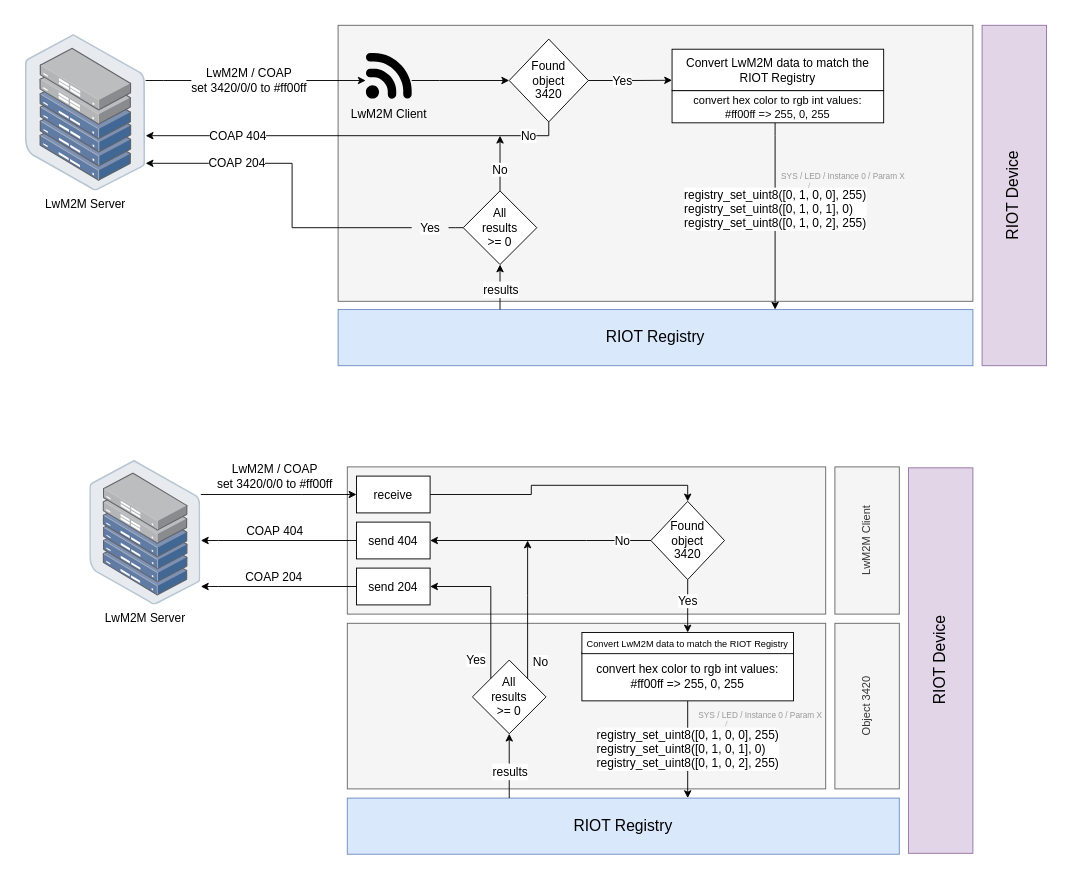
The draw.io diagram doc/drawio/lwm2m_integration_flow.drawio in LasseRosenow/riot-runtime-config, before the edit. Source tidied: cells renumbered, new cells numbered last; positions are measured from the earlier drawing's top-left corner, leaving out a move shared by most shapes. Both pictures are drawn from the tidied source at 92%, with x=0, y=0 at pixel (16, 16).
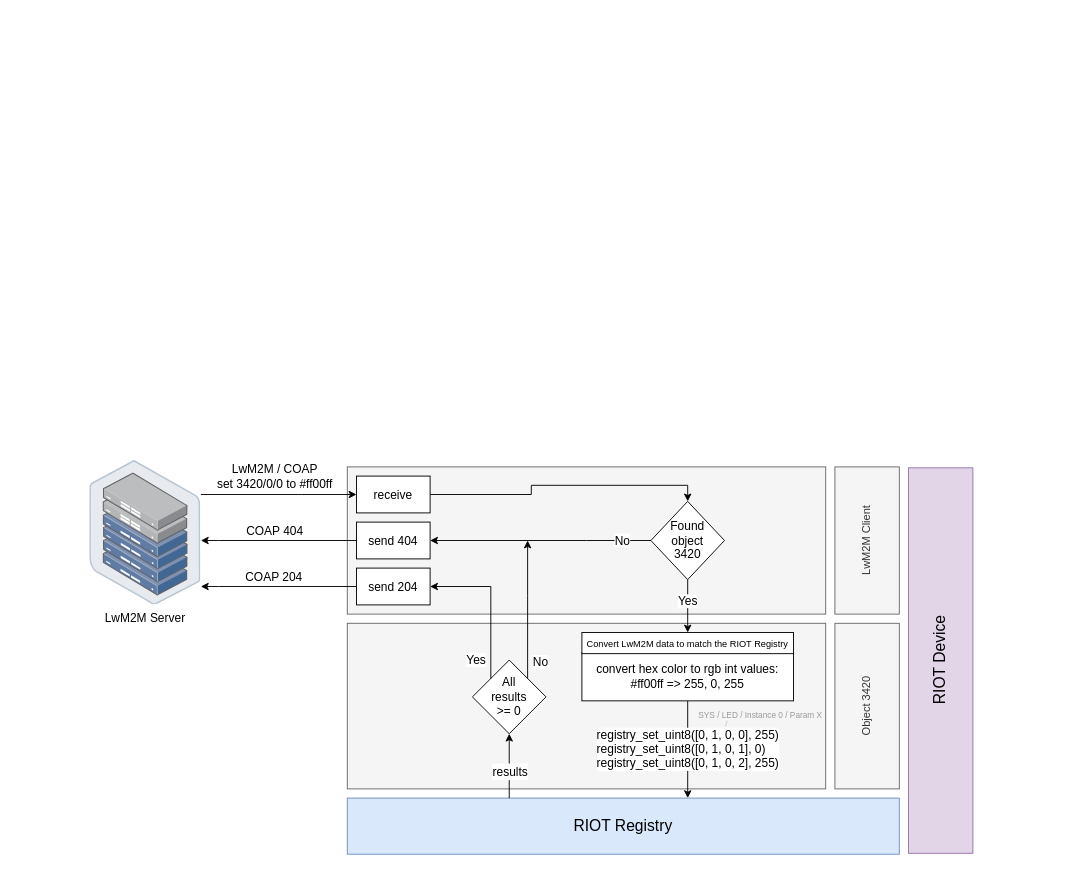
The same diagram, later.

Commit message (it also covers changes not shown here):
Improve diagram

What changed in the source:
```diff
@@
+    <mxCell id="3" style="rounded=0;whiteSpace=wrap;html=1;strokeColor=none;" parent="1" vertex="1">
+      <mxGeometry x="70" y="480" width="980" height="440" as="geometry" />
+    </mxCell>
@@
-    <mxCell id="3" style="rounded=0;whiteSpace=wrap;html=1;strokeColor=none;" parent="1" vertex="1">
-      <mxGeometry width="1130" height="400" as="geometry" />
-    </mxCell>
-    <mxCell id="4" style="rounded=0;whiteSpace=wrap;html=1;fillColor=#f5f5f5;strokeColor=#666666;fontColor=#333333;" parent="1" vertex="1">
-      <mxGeometry x="350" y="10" width="690" height="300" as="geometry" />
-    </mxCell>
-    <mxCell id="5" value="&lt;font style=&quot;font-size: 13px&quot;&gt;LwM2M Server&lt;/font&gt;" style="points=[];html=1;align=center;shadow=0;dashed=0;image;image=img/lib/allied_telesis/storage/Datacenter_Server_Half_Rack_ToR.svg;" parent="1" vertex="1">
-      <mxGeometry x="10" y="20" width="130.8" height="170" as="geometry" />
-    </mxCell>
-    <mxCell id="6" value="&lt;font style=&quot;font-size: 13px&quot;&gt;LwM2M / COAP&lt;br&gt;set 3420/0/0 to #ff00ff&lt;/font&gt;" style="edgeStyle=elbowEdgeStyle;rounded=0;html=1;" parent="1" edge="1" source="5" target="11">
-      <mxGeometry x="-0.06" relative="1" as="geometry">
-        <Array as="points">
-          <mxPoint x="160" y="70" />
-        </Array>
-      </mxGeometry>
-    </mxCell>
-    <mxCell id="7" value="&lt;font style=&quot;font-size: 13px&quot;&gt;COAP 404&lt;/font&gt;" style="edgeStyle=elbowEdgeStyle;rounded=0;html=1;startArrow=none;exitX=0.5;exitY=1;exitDx=0;exitDy=0;" parent="1" edge="1" source="8" target="5">
-      <mxGeometry x="0.56" relative="1" as="geometry">
-        <Array as="points">
-          <mxPoint x="579" y="130" />
-          <mxPoint x="460" y="130" />
-        </Array>
-      </mxGeometry>
-    </mxCell>
-    <mxCell id="8" value="&lt;font style=&quot;font-size: 13px&quot;&gt;Found &lt;br&gt;object&lt;br&gt;3420&lt;/font&gt;" style="rhombus;whiteSpace=wrap;html=1;" parent="1" vertex="1">
-      <mxGeometry x="536" y="25" width="86" height="90" as="geometry" />
-    </mxCell>
-    <mxCell id="9" value="&lt;font style=&quot;font-size: 13px&quot;&gt;Yes&lt;/font&gt;" style="edgeStyle=elbowEdgeStyle;rounded=0;html=1;entryX=0;entryY=0.75;entryDx=0;entryDy=0;" parent="1" edge="1" source="8" target="22">
-      <mxGeometry x="-0.2" relative="1" as="geometry" />
-    </mxCell>
-    <mxCell id="10" value="&lt;font style=&quot;background-color: rgb(255 , 255 , 255) ; font-size: 13px&quot;&gt;No&lt;/font&gt;" style="text;html=1;align=center;verticalAlign=middle;strokeColor=none;fillColor=none;strokeWidth=0;" parent="1" vertex="1">
-      <mxGeometry x="542" y="120" width="30" height="20" as="geometry" />
-    </mxCell>
-    <mxCell id="11" value="&lt;font style=&quot;font-size: 13px&quot;&gt;LwM2M Client&lt;/font&gt;" style="points=[[0.005,0.09,0],[0.08,0,0],[0.76,0.25,0],[1,0.92,0],[0.91,0.995,0],[0.57,0.995,0],[0.045,0.955,0],[0.005,0.43,0]];verticalLabelPosition=bottom;sketch=0;html=1;verticalAlign=top;align=center;shape=mxgraph.cisco19.3g_4g_indicator;fillColor=#000000;strokeColor=none;fontSize=15;" parent="1" vertex="1">
-      <mxGeometry x="380" y="40" width="50" height="50" as="geometry" />
-    </mxCell>
-    <mxCell id="12" style="edgeStyle=elbowEdgeStyle;rounded=0;html=1;" parent="1" edge="1" source="11" target="8">
-      <mxGeometry x="-0.2" relative="1" as="geometry">
-        <Array as="points">
-          <mxPoint x="460" y="70" />
-        </Array>
-      </mxGeometry>
-    </mxCell>
-    <mxCell id="13" value="&lt;font style=&quot;font-size: 17px&quot;&gt;RIOT Registry&lt;/font&gt;" style="rounded=0;whiteSpace=wrap;html=1;fillColor=#dae8fc;strokeColor=#6c8ebf;" parent="1" vertex="1">
-      <mxGeometry x="350" y="319" width="690" height="61" as="geometry" />
-    </mxCell>
-    <mxCell id="14" value="&lt;font style=&quot;font-size: 13px&quot;&gt;&lt;font style=&quot;font-size: 13px&quot;&gt;registry_set_uint8([0, 1, 0, 0], 255)&lt;br&gt;&lt;/font&gt;&lt;/font&gt;&lt;div style=&quot;text-align: left ; font-size: 13px&quot;&gt;&lt;font style=&quot;font-size: 13px&quot;&gt;registry_set_uint8([0, 1, 0, 1], 0)&lt;/font&gt;&lt;/div&gt;&lt;font style=&quot;font-size: 13px&quot;&gt;registry_set_uint8([0, 1, 0, 2], 255)&lt;/font&gt;" style="edgeStyle=elbowEdgeStyle;rounded=0;html=1;" parent="1" edge="1" source="21" target="13">
-      <mxGeometry x="-0.07" relative="1" as="geometry">
-        <Array as="points">
-          <mxPoint x="825" y="130" />
-          <mxPoint x="825" y="190" />
-          <mxPoint x="470" y="80" />
-        </Array>
-      </mxGeometry>
-    </mxCell>
-    <mxCell id="15" style="edgeStyle=elbowEdgeStyle;rounded=0;html=1;entryX=0.5;entryY=1;entryDx=0;entryDy=0;" parent="1" edge="1" source="13" target="17">
-      <mxGeometry x="-0.2" relative="1" as="geometry">
-        <Array as="points">
-          <mxPoint x="526" y="310" />
-          <mxPoint x="480" y="250" />
-          <mxPoint x="835" y="200" />
-          <mxPoint x="480" y="90" />
-        </Array>
-      </mxGeometry>
-    </mxCell>
-    <mxCell id="16" value="&lt;font style=&quot;font-size: 13px&quot;&gt;results&lt;/font&gt;" style="edgeLabel;html=1;align=center;verticalAlign=middle;fontSize=15;" parent="15" vertex="1">
-      <mxGeometry x="-0.33" y="2" relative="1" as="geometry">
-        <mxPoint x="2" y="-7" as="offset" />
-      </mxGeometry>
-    </mxCell>
-    <mxCell id="17" value="&lt;font style=&quot;font-size: 13px&quot;&gt;All &lt;br&gt;results &lt;br&gt;&amp;gt;= 0&lt;/font&gt;" style="rhombus;whiteSpace=wrap;html=1;" parent="1" vertex="1">
-      <mxGeometry x="486" y="190" width="80" height="80" as="geometry" />
-    </mxCell>
-    <mxCell id="18" value="&lt;font style=&quot;font-size: 13px&quot;&gt;No&lt;/font&gt;" style="edgeStyle=elbowEdgeStyle;rounded=0;html=1;exitX=0.5;exitY=0;exitDx=0;exitDy=0;" parent="1" edge="1" source="17">
-      <mxGeometry x="-0.25" relative="1" as="geometry">
-        <mxPoint x="526" y="130" as="targetPoint" />
-        <Array as="points">
-          <mxPoint x="526" y="170" />
-          <mxPoint x="480" y="140" />
-          <mxPoint x="470" y="80" />
-        </Array>
-      </mxGeometry>
-    </mxCell>
-    <mxCell id="19" value="&lt;font style=&quot;font-size: 13px&quot;&gt;COAP 204&lt;/font&gt;" style="edgeStyle=elbowEdgeStyle;rounded=0;html=1;exitX=0;exitY=0.5;exitDx=0;exitDy=0;startArrow=none;" parent="1" edge="1" source="25" target="5">
-      <mxGeometry x="0.45" relative="1" as="geometry">
-        <Array as="points">
-          <mxPoint x="300" y="160" />
-          <mxPoint x="279" y="160" />
-          <mxPoint x="279" y="140" />
-        </Array>
-      </mxGeometry>
-    </mxCell>
-    <mxCell id="20" style="group;" parent="1" vertex="1">
-      <mxGeometry x="713" y="36" width="230" height="80" as="geometry" />
-    </mxCell>
-    <mxCell id="21" value="&lt;font style=&quot;font-size: 12px&quot;&gt;convert hex color to rgb int values:&lt;br&gt;#ff00ff =&amp;gt; 255, 0, 255&lt;br&gt;&lt;/font&gt;" style="rounded=0;whiteSpace=wrap;html=1;" parent="20" vertex="1">
-      <mxGeometry y="45" width="230" height="35" as="geometry" />
-    </mxCell>
-    <mxCell id="22" value="&lt;font style=&quot;font-size: 13px&quot;&gt;Convert LwM2M data to match the RIOT Registry&lt;/font&gt;" style="rounded=0;whiteSpace=wrap;html=1;" parent="20" vertex="1">
-      <mxGeometry width="230" height="45" as="geometry" />
-    </mxCell>
-    <mxCell id="23" value="&lt;span style=&quot;font-family: &amp;#34;helvetica&amp;#34; ; font-style: normal ; font-weight: 400 ; letter-spacing: normal ; text-align: center ; text-indent: 0px ; text-transform: none ; word-spacing: 0px ; display: inline ; float: none&quot;&gt;&lt;font style=&quot;font-size: 9px&quot; color=&quot;#999999&quot;&gt;SYS / LED / Instance 0 / Param X&lt;/font&gt;&lt;/span&gt;" style="text;whiteSpace=wrap;html=1;fillColor=none;" parent="1" vertex="1">
-      <mxGeometry x="830" y="160" width="140" height="30" as="geometry" />
-    </mxCell>
-    <mxCell id="24" style="endArrow=none;html=1;fontSize=9;fontColor=#999999;strokeColor=#999999;strokeWidth=0.5;" parent="1" edge="1">
-      <mxGeometry relative="1" as="geometry">
-        <mxPoint x="861" y="187" as="sourcePoint" />
-        <mxPoint x="863" y="181" as="targetPoint" />
-      </mxGeometry>
-    </mxCell>
-    <mxCell id="25" value="&lt;font style=&quot;background-color: rgb(255 , 255 , 255) ; font-size: 13px&quot;&gt;Yes&lt;/font&gt;" style="text;html=1;align=center;verticalAlign=middle;points=[];strokeColor=none;fillColor=none;strokeWidth=0;" parent="1" vertex="1">
-      <mxGeometry x="430" y="220" width="40" height="20" as="geometry" />
-    </mxCell>
-    <mxCell id="26" style="edgeStyle=elbowEdgeStyle;rounded=0;html=1;exitX=0;exitY=0.5;exitDx=0;exitDy=0;endArrow=none;" parent="1" edge="1" source="17" target="25">
-      <mxGeometry x="0.52" relative="1" as="geometry" />
-    </mxCell>
-    <mxCell id="27" value="&lt;font style=&quot;font-size: 17px&quot;&gt;RIOT Device&lt;/font&gt;" style="rounded=0;whiteSpace=wrap;html=1;fillColor=#e1d5e7;strokeColor=#9673a6;horizontal=0;" parent="1" vertex="1">
-      <mxGeometry x="1050" y="10" width="70" height="370" as="geometry" />
-    </mxCell>
```
